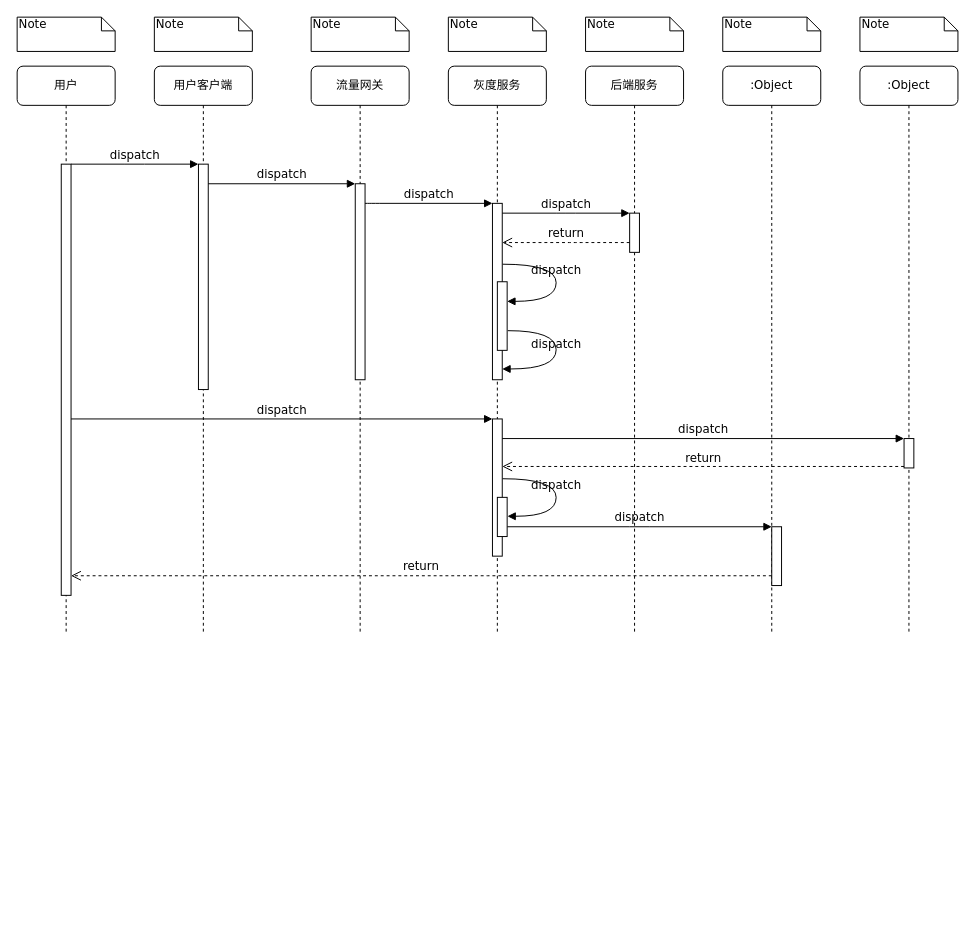
Before: 未命名绘图.drawio in wavely27/cloc, a draw.io diagram. Source tidied: cells renumbered, new cells numbered last; positions are measured from the earlier drawing's top-left corner, leaving out a move shared by most shapes. Both pictures are drawn from the tidied source at 98%, with x=0, y=0 at pixel (17, 17).
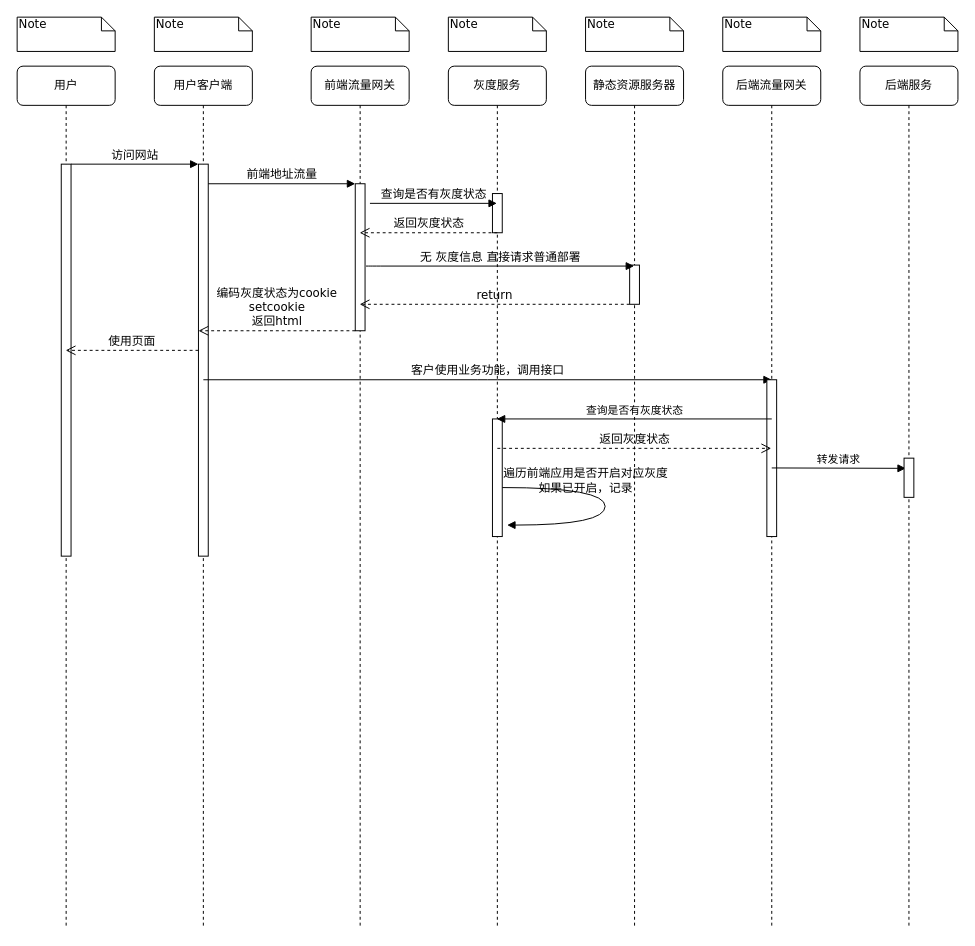
Above is the later version.

Commit message:
更新未命名绘图.drawio

The edit, as a diff of the source:
```diff
@@
+    <mxCell id="10" value="用户" style="shape=umlLifeline;perimeter=lifelinePerimeter;whiteSpace=wrap;html=1;rounded=1;shadow=0;comic=0;labelBackgroundColor=none;strokeWidth=1;fontFamily=Verdana;fontSize=12;align=center;" parent="1" vertex="1">
+      <mxGeometry y="50" width="100" height="880" as="geometry" />
+    </mxCell>
+    <mxCell id="11" style="html=1;points=[];perimeter=orthogonalPerimeter;rounded=0;shadow=0;comic=0;labelBackgroundColor=none;strokeWidth=1;fontFamily=Verdana;fontSize=12;align=center;" parent="10" vertex="1">
+      <mxGeometry x="45" y="100" width="10" height="400" as="geometry" />
+    </mxCell>
     <mxCell id="2" value="用户客户端" style="shape=umlLifeline;perimeter=lifelinePerimeter;whiteSpace=wrap;html=1;rounded=1;shadow=0;comic=0;labelBackgroundColor=none;strokeWidth=1;fontFamily=Verdana;fontSize=12;align=center;" parent="1" vertex="1">
-      <mxGeometry x="140" y="50" width="100" height="580" as="geometry" />
+      <mxGeometry x="140" y="50" width="100" height="880" as="geometry" />
     </mxCell>
     <mxCell id="3" style="html=1;points=[];perimeter=orthogonalPerimeter;rounded=0;shadow=0;comic=0;labelBackgroundColor=none;strokeWidth=1;fontFamily=Verdana;fontSize=12;align=center;" parent="2" vertex="1">
-      <mxGeometry x="45" y="100" width="10" height="230" as="geometry" />
+      <mxGeometry x="45" y="100" width="10" height="400" as="geometry" />
     </mxCell>
+    <mxCell id="39" value="使用页面" style="html=1;verticalAlign=bottom;endArrow=open;dashed=1;endSize=8;labelBackgroundColor=none;fontFamily=Verdana;fontSize=12;" parent="2" edge="1">
+      <mxGeometry relative="1" as="geometry">
+        <mxPoint x="45" y="290" as="sourcePoint" />
+        <mxPoint x="-90.5" y="290" as="targetPoint" />
+        <Array as="points">
+          <mxPoint x="-35" y="290" />
+        </Array>
+      </mxGeometry>
+    </mxCell>
-    <mxCell id="4" value="流量网关" style="shape=umlLifeline;perimeter=lifelinePerimeter;whiteSpace=wrap;html=1;outlineConnect=0;rounded=1;shadow=0;comic=0;labelBackgroundColor=none;strokeWidth=1;fontFamily=Verdana;fontSize=12;align=center;" parent="1" vertex="1">
-      <mxGeometry x="300" y="50" width="100" height="580" as="geometry" />
+    <mxCell id="4" value="前端流量网关" style="shape=umlLifeline;perimeter=lifelinePerimeter;whiteSpace=wrap;html=1;outlineConnect=0;rounded=1;shadow=0;comic=0;labelBackgroundColor=none;strokeWidth=1;fontFamily=Verdana;fontSize=12;align=center;" parent="1" vertex="1">
+      <mxGeometry x="300" y="50" width="100" height="880" as="geometry" />
     </mxCell>
     <mxCell id="5" style="html=1;points=[];perimeter=orthogonalPerimeter;rounded=0;shadow=0;comic=0;labelBackgroundColor=none;strokeWidth=1;fontFamily=Verdana;fontSize=12;align=center;" parent="4" vertex="1">
-      <mxGeometry x="45" y="120" width="10" height="200" as="geometry" />
+      <mxGeometry x="45" y="120" width="10" height="150" as="geometry" />
     </mxCell>
+    <mxCell id="40" value="编码灰度状态为cookie&lt;div&gt;&lt;div&gt;setcookie&lt;/div&gt;&lt;/div&gt;&lt;div&gt;返回html&lt;br&gt;&lt;/div&gt;" style="html=1;verticalAlign=bottom;endArrow=open;dashed=1;endSize=8;labelBackgroundColor=none;fontFamily=Verdana;fontSize=12;" parent="4" edge="1">
+      <mxGeometry relative="1" as="geometry">
+        <mxPoint x="45" y="270" as="sourcePoint" />
+        <mxPoint x="-115" y="270" as="targetPoint" />
+      </mxGeometry>
+    </mxCell>
+    <mxCell id="41" value="客户使用业务功能，调用接口" style="html=1;verticalAlign=bottom;endArrow=block;labelBackgroundColor=none;fontFamily=Verdana;fontSize=12;edgeStyle=elbowEdgeStyle;elbow=vertical;" parent="4" edge="1">
+      <mxGeometry relative="1" as="geometry">
+        <mxPoint x="-110" y="320" as="sourcePoint" />
+        <mxPoint x="470" y="320" as="targetPoint" />
+      </mxGeometry>
+    </mxCell>
     <mxCell id="6" value="灰度服务" style="shape=umlLifeline;perimeter=lifelinePerimeter;whiteSpace=wrap;html=1;outlineConnect=0;rounded=1;shadow=0;comic=0;labelBackgroundColor=none;strokeWidth=1;fontFamily=Verdana;fontSize=12;align=center;" parent="1" vertex="1">
-      <mxGeometry x="440" y="50" width="100" height="580" as="geometry" />
+      <mxGeometry x="440" y="50" width="100" height="880" as="geometry" />
     </mxCell>
+    <mxCell id="21" value="return" style="html=1;verticalAlign=bottom;endArrow=open;dashed=1;endSize=8;exitX=0;exitY=0.95;labelBackgroundColor=none;fontFamily=Verdana;fontSize=12;" parent="6" edge="1">
+      <mxGeometry relative="1" as="geometry">
+        <mxPoint x="185" y="243" as="sourcePoint" />
+        <mxPoint x="-90.5" y="243" as="targetPoint" />
+      </mxGeometry>
+    </mxCell>
+    <mxCell id="42" style="html=1;perimeter=orthogonalPerimeter;rounded=0;shadow=0;comic=0;labelBackgroundColor=none;strokeWidth=1;fontFamily=Verdana;fontSize=12;align=center;" parent="6" vertex="1">
+      <mxGeometry x="45" y="130" width="10" height="40" as="geometry" />
+    </mxCell>
+    <mxCell id="43" style="html=1;perimeter=orthogonalPerimeter;rounded=0;shadow=0;comic=0;labelBackgroundColor=none;strokeWidth=1;fontFamily=Verdana;fontSize=12;align=center;" parent="6" vertex="1">
+      <mxGeometry x="45" y="360" width="10" height="120" as="geometry" />
+    </mxCell>
+    <mxCell id="44" value="遍历前端应用是否开启对应灰度&lt;div&gt;如果已开启，记录&lt;/div&gt;" style="html=1;verticalAlign=bottom;endArrow=block;labelBackgroundColor=none;fontFamily=Verdana;fontSize=12;elbow=vertical;edgeStyle=orthogonalEdgeStyle;curved=1;entryX=1;entryY=0.286;entryPerimeter=0;exitX=1.038;exitY=0.345;exitPerimeter=0;" parent="6" edge="1">
+      <mxGeometry x="-0.3" y="-10" relative="1" as="geometry">
+        <mxPoint x="55" y="430" as="sourcePoint" />
+        <mxPoint x="60" y="468.3" as="targetPoint" />
+        <Array as="points">
+          <mxPoint x="160" y="430" />
+          <mxPoint x="160" y="468" />
+        </Array>
+      </mxGeometry>
+    </mxCell>
-    <mxCell id="7" value="后端服务" style="shape=umlLifeline;perimeter=lifelinePerimeter;whiteSpace=wrap;html=1;rounded=1;shadow=0;comic=0;labelBackgroundColor=none;strokeWidth=1;fontFamily=Verdana;fontSize=12;align=center;" parent="1" vertex="1">
-      <mxGeometry x="580" y="50" width="100" height="580" as="geometry" />
+    <mxCell id="7" value="静态资源服务器" style="shape=umlLifeline;perimeter=lifelinePerimeter;whiteSpace=wrap;html=1;rounded=1;shadow=0;comic=0;labelBackgroundColor=none;strokeWidth=1;fontFamily=Verdana;fontSize=12;align=center;" parent="1" vertex="1">
+      <mxGeometry x="580" y="50" width="100" height="880" as="geometry" />
     </mxCell>
-    <mxCell id="8" value=":Object" style="shape=umlLifeline;perimeter=lifelinePerimeter;whiteSpace=wrap;html=1;outlineConnect=0;rounded=1;shadow=0;comic=0;labelBackgroundColor=none;strokeWidth=1;fontFamily=Verdana;fontSize=12;align=center;" parent="1" vertex="1">
-      <mxGeometry x="720" y="50" width="100" height="580" as="geometry" />
+    <mxCell id="8" value="后端流量网关" style="shape=umlLifeline;perimeter=lifelinePerimeter;whiteSpace=wrap;html=1;outlineConnect=0;rounded=1;shadow=0;comic=0;labelBackgroundColor=none;strokeWidth=1;fontFamily=Verdana;fontSize=12;align=center;" parent="1" vertex="1">
+      <mxGeometry x="720" y="50" width="100" height="880" as="geometry" />
     </mxCell>
+    <mxCell id="45" style="html=1;perimeter=orthogonalPerimeter;rounded=0;shadow=0;comic=0;labelBackgroundColor=none;strokeWidth=1;fontFamily=Verdana;fontSize=12;align=center;" parent="8" vertex="1">
+      <mxGeometry x="45" y="320" width="10" height="160" as="geometry" />
+    </mxCell>
+    <mxCell id="46" value="转发请求" style="html=1;verticalAlign=bottom;endArrow=block;curved=0;rounded=0;entryX=0.18;entryY=0.26;entryDx=0;entryDy=0;entryPerimeter=0;" parent="8" edge="1" target="47">
+      <mxGeometry relative="1" as="geometry">
+        <mxPoint x="50" y="410" as="sourcePoint" />
+      </mxGeometry>
+    </mxCell>
-    <mxCell id="9" value=":Object" style="shape=umlLifeline;perimeter=lifelinePerimeter;whiteSpace=wrap;html=1;rounded=1;shadow=0;comic=0;labelBackgroundColor=none;strokeWidth=1;fontFamily=Verdana;fontSize=12;align=center;" parent="1" vertex="1">
-      <mxGeometry x="860" y="50" width="100" height="580" as="geometry" />
+    <mxCell id="9" value="后端服务" style="shape=umlLifeline;perimeter=lifelinePerimeter;whiteSpace=wrap;html=1;rounded=1;shadow=0;comic=0;labelBackgroundColor=none;strokeWidth=1;fontFamily=Verdana;fontSize=12;align=center;" parent="1" vertex="1">
+      <mxGeometry x="860" y="50" width="100" height="880" as="geometry" />
     </mxCell>
-    <mxCell id="10" value="用户" style="shape=umlLifeline;perimeter=lifelinePerimeter;whiteSpace=wrap;html=1;rounded=1;shadow=0;comic=0;labelBackgroundColor=none;strokeWidth=1;fontFamily=Verdana;fontSize=12;align=center;" parent="1" vertex="1">
-      <mxGeometry y="50" width="100" height="580" as="geometry" />
-    </mxCell>
-    <mxCell id="11" style="html=1;points=[];perimeter=orthogonalPerimeter;rounded=0;shadow=0;comic=0;labelBackgroundColor=none;strokeWidth=1;fontFamily=Verdana;fontSize=12;align=center;" parent="10" vertex="1">
-      <mxGeometry x="45" y="100" width="10" height="440" as="geometry" />
-    </mxCell>
-    <mxCell id="12" style="html=1;points=[];perimeter=orthogonalPerimeter;rounded=0;shadow=0;comic=0;labelBackgroundColor=none;strokeWidth=1;fontFamily=Verdana;fontSize=12;align=center;" parent="1" vertex="1">
-      <mxGeometry x="485" y="190" width="10" height="180" as="geometry" />
-    </mxCell>
-    <mxCell id="13" value="dispatch" style="html=1;verticalAlign=bottom;endArrow=block;labelBackgroundColor=none;fontFamily=Verdana;fontSize=12;edgeStyle=elbowEdgeStyle;elbow=vertical;" parent="1" edge="1" source="5" target="12">
-      <mxGeometry relative="1" as="geometry">
-        <Array as="points">
-          <mxPoint x="360" y="190" />
-        </Array>
-      </mxGeometry>
-    </mxCell>
+    <mxCell id="47" style="html=1;points=[];perimeter=orthogonalPerimeter;rounded=0;shadow=0;comic=0;labelBackgroundColor=none;strokeWidth=1;fontFamily=Verdana;fontSize=12;align=center;" parent="9" vertex="1">
+      <mxGeometry x="45" y="400" width="10" height="40" as="geometry" />
+    </mxCell>
     <mxCell id="14" style="html=1;points=[];perimeter=orthogonalPerimeter;rounded=0;shadow=0;comic=0;labelBackgroundColor=none;strokeWidth=1;fontFamily=Verdana;fontSize=12;align=center;" parent="1" vertex="1">
-      <mxGeometry x="625" y="200" width="10" height="40" as="geometry" />
+      <mxGeometry x="625" y="253" width="10" height="40" as="geometry" />
     </mxCell>
-    <mxCell id="15" value="dispatch" style="html=1;verticalAlign=bottom;endArrow=block;entryX=0;entryY=0;labelBackgroundColor=none;fontFamily=Verdana;fontSize=12;edgeStyle=elbowEdgeStyle;elbow=vertical;" parent="1" edge="1" source="12" target="14">
-      <mxGeometry relative="1" as="geometry" />
-    </mxCell>
-    <mxCell id="16" value="return" style="html=1;verticalAlign=bottom;endArrow=open;dashed=1;endSize=8;labelBackgroundColor=none;fontFamily=Verdana;fontSize=12;edgeStyle=elbowEdgeStyle;elbow=vertical;" parent="1" edge="1" source="14" target="12">
-      <mxGeometry relative="1" as="geometry">
-        <Array as="points">
-          <mxPoint x="570" y="230" />
-          <mxPoint x="600" y="230" />
-        </Array>
-      </mxGeometry>
-    </mxCell>
-    <mxCell id="17" style="html=1;points=[];perimeter=orthogonalPerimeter;rounded=0;shadow=0;comic=0;labelBackgroundColor=none;strokeWidth=1;fontFamily=Verdana;fontSize=12;align=center;" parent="1" vertex="1">
-      <mxGeometry x="485" y="410" width="10" height="140" as="geometry" />
-    </mxCell>
-    <mxCell id="18" value="dispatch" style="html=1;verticalAlign=bottom;endArrow=block;entryX=0;entryY=0;labelBackgroundColor=none;fontFamily=Verdana;fontSize=12;" parent="1" edge="1" source="11" target="17">
-      <mxGeometry relative="1" as="geometry" />
-    </mxCell>
-    <mxCell id="19" style="html=1;points=[];perimeter=orthogonalPerimeter;rounded=0;shadow=0;comic=0;labelBackgroundColor=none;strokeColor=#000000;strokeWidth=1;fillColor=#FFFFFF;fontFamily=Verdana;fontSize=12;fontColor=#000000;align=center;" parent="1" vertex="1">
-      <mxGeometry x="905" y="430" width="10" height="30" as="geometry" />
-    </mxCell>
-    <mxCell id="20" value="dispatch" style="html=1;verticalAlign=bottom;endArrow=block;entryX=0;entryY=0;labelBackgroundColor=none;fontFamily=Verdana;fontSize=12;" parent="1" edge="1" source="17" target="19">
-      <mxGeometry relative="1" as="geometry" />
-    </mxCell>
-    <mxCell id="21" value="return" style="html=1;verticalAlign=bottom;endArrow=open;dashed=1;endSize=8;exitX=0;exitY=0.95;labelBackgroundColor=none;fontFamily=Verdana;fontSize=12;" parent="1" edge="1" source="19" target="17">
-      <mxGeometry relative="1" as="geometry" />
-    </mxCell>
-    <mxCell id="22" style="html=1;points=[];perimeter=orthogonalPerimeter;rounded=0;shadow=0;comic=0;labelBackgroundColor=none;strokeWidth=1;fontFamily=Verdana;fontSize=12;align=center;" parent="1" vertex="1">
-      <mxGeometry x="770" y="520" width="10" height="60" as="geometry" />
-    </mxCell>
-    <mxCell id="23" value="dispatch" style="html=1;verticalAlign=bottom;endArrow=block;entryX=0;entryY=0;labelBackgroundColor=none;fontFamily=Verdana;fontSize=12;edgeStyle=elbowEdgeStyle;elbow=vertical;" parent="1" edge="1" source="30" target="22">
-      <mxGeometry relative="1" as="geometry" />
-    </mxCell>
-    <mxCell id="24" value="return" style="html=1;verticalAlign=bottom;endArrow=open;dashed=1;endSize=8;labelBackgroundColor=none;fontFamily=Verdana;fontSize=12;edgeStyle=elbowEdgeStyle;elbow=vertical;" parent="1" edge="1" source="22" target="11">
-      <mxGeometry relative="1" as="geometry">
-        <Array as="points">
-          <mxPoint x="470" y="570" />
-        </Array>
-      </mxGeometry>
-    </mxCell>
-    <mxCell id="25" value="dispatch" style="html=1;verticalAlign=bottom;endArrow=block;entryX=0;entryY=0;labelBackgroundColor=none;fontFamily=Verdana;fontSize=12;edgeStyle=elbowEdgeStyle;elbow=vertical;" parent="1" edge="1" source="11" target="3">
+    <mxCell id="25" value="访问网站" style="html=1;verticalAlign=bottom;endArrow=block;entryX=0;entryY=0;labelBackgroundColor=none;fontFamily=Verdana;fontSize=12;edgeStyle=elbowEdgeStyle;elbow=vertical;" parent="1" edge="1" source="11" target="3">
       <mxGeometry relative="1" as="geometry" />
     </mxCell>
-    <mxCell id="26" value="dispatch" style="html=1;verticalAlign=bottom;endArrow=block;entryX=0;entryY=0;labelBackgroundColor=none;fontFamily=Verdana;fontSize=12;edgeStyle=elbowEdgeStyle;elbow=vertical;" parent="1" edge="1" source="3" target="5">
+    <mxCell id="26" value="前端地址流量" style="html=1;verticalAlign=bottom;endArrow=block;entryX=0;entryY=0;labelBackgroundColor=none;fontFamily=Verdana;fontSize=12;edgeStyle=elbowEdgeStyle;elbow=vertical;" parent="1" edge="1" source="3" target="5">
       <mxGeometry relative="1" as="geometry" />
     </mxCell>
-    <mxCell id="27" style="html=1;points=[];perimeter=orthogonalPerimeter;rounded=0;shadow=0;comic=0;labelBackgroundColor=none;strokeWidth=1;fontFamily=Verdana;fontSize=12;align=center;" parent="1" vertex="1">
-      <mxGeometry x="490" y="270" width="10" height="70" as="geometry" />
-    </mxCell>
-    <mxCell id="28" value="dispatch" style="html=1;verticalAlign=bottom;endArrow=block;labelBackgroundColor=none;fontFamily=Verdana;fontSize=12;elbow=vertical;edgeStyle=orthogonalEdgeStyle;curved=1;entryX=1;entryY=0.286;entryPerimeter=0;exitX=1.038;exitY=0.345;exitPerimeter=0;" parent="1" edge="1" source="12" target="27">
-      <mxGeometry relative="1" as="geometry">
-        <Array as="points">
-          <mxPoint x="550" y="252" />
-          <mxPoint x="550" y="290" />
-        </Array>
-      </mxGeometry>
-    </mxCell>
-    <mxCell id="29" value="dispatch" style="html=1;verticalAlign=bottom;endArrow=block;labelBackgroundColor=none;fontFamily=Verdana;fontSize=12;elbow=vertical;edgeStyle=orthogonalEdgeStyle;curved=1;exitX=1.066;exitY=0.713;exitPerimeter=0;" parent="1" edge="1" source="27">
-      <mxGeometry relative="1" as="geometry">
-        <mxPoint x="495" y="359" as="targetPoint" />
-        <Array as="points">
-          <mxPoint x="550" y="320" />
-          <mxPoint x="550" y="359" />
-        </Array>
-      </mxGeometry>
-    </mxCell>
-    <mxCell id="30" style="html=1;points=[];perimeter=orthogonalPerimeter;rounded=0;shadow=0;comic=0;labelBackgroundColor=none;strokeWidth=1;fontFamily=Verdana;fontSize=12;align=center;" parent="1" vertex="1">
-      <mxGeometry x="490" y="490" width="10" height="40" as="geometry" />
-    </mxCell>
-    <mxCell id="31" value="dispatch" style="html=1;verticalAlign=bottom;endArrow=block;labelBackgroundColor=none;fontFamily=Verdana;fontSize=12;elbow=vertical;edgeStyle=orthogonalEdgeStyle;curved=1;entryX=1;entryY=0.286;entryPerimeter=0;exitX=1.038;exitY=0.345;exitPerimeter=0;" parent="1" edge="1">
-      <mxGeometry relative="1" as="geometry">
-        <mxPoint x="495.3" y="471" as="sourcePoint" />
-        <mxPoint x="500.3" y="509.3" as="targetPoint" />
-        <Array as="points">
-          <mxPoint x="550" y="471" />
-          <mxPoint x="550" y="509" />
-        </Array>
-      </mxGeometry>
-    </mxCell>
@@
+    <mxCell id="48" value="无 灰度信息 直接请求普通部署" style="html=1;verticalAlign=bottom;endArrow=block;labelBackgroundColor=none;fontFamily=Verdana;fontSize=12;edgeStyle=elbowEdgeStyle;elbow=vertical;" parent="1" edge="1">
+      <mxGeometry relative="1" as="geometry">
+        <mxPoint x="356" y="254" as="sourcePoint" />
+        <mxPoint x="629.5" y="254" as="targetPoint" />
+        <Array as="points">
+          <mxPoint x="361" y="254" />
+        </Array>
+      </mxGeometry>
+    </mxCell>
+    <mxCell id="49" value="查询是否有灰度状态" style="html=1;verticalAlign=bottom;endArrow=block;labelBackgroundColor=none;fontFamily=Verdana;fontSize=12;edgeStyle=elbowEdgeStyle;elbow=vertical;" parent="1" edge="1" target="6">
+      <mxGeometry relative="1" as="geometry">
+        <mxPoint x="360" y="190" as="sourcePoint" />
+        <Array as="points">
+          <mxPoint x="480" y="190" />
+        </Array>
+      </mxGeometry>
+    </mxCell>
+    <mxCell id="50" value="返回灰度状态" style="html=1;verticalAlign=bottom;endArrow=open;dashed=1;endSize=8;labelBackgroundColor=none;fontFamily=Verdana;fontSize=12;" parent="1" edge="1" target="4">
+      <mxGeometry relative="1" as="geometry">
+        <mxPoint x="490" y="220" as="sourcePoint" />
+        <Array as="points">
+          <mxPoint x="410" y="220" />
+        </Array>
+      </mxGeometry>
+    </mxCell>
+    <mxCell id="51" value="查询是否有灰度状态" style="html=1;verticalAlign=bottom;endArrow=block;curved=0;rounded=0;" parent="1" edge="1" target="6">
+      <mxGeometry relative="1" as="geometry">
+        <mxPoint x="770" y="410" as="sourcePoint" />
+      </mxGeometry>
+    </mxCell>
+    <mxCell id="52" value="返回灰度状态" style="html=1;verticalAlign=bottom;endArrow=open;dashed=1;endSize=8;labelBackgroundColor=none;fontFamily=Verdana;fontSize=12;" parent="1" edge="1" target="8">
+      <mxGeometry relative="1" as="geometry">
+        <mxPoint x="490" y="440" as="sourcePoint" />
+        <Array as="points">
+          <mxPoint x="550" y="440" />
+        </Array>
+      </mxGeometry>
+    </mxCell>
```
